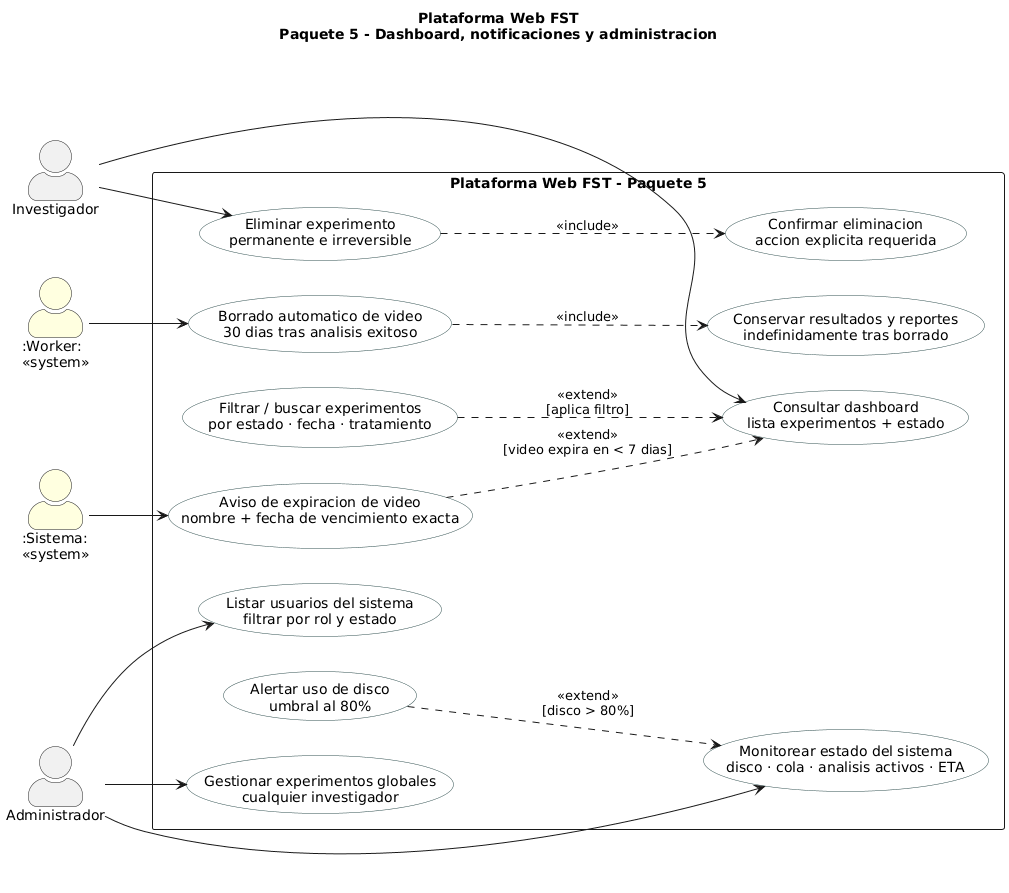
ErickJester/fst-ai-system-latex keeps this PlantUML diagram as figures/mermaid/cu_paquete5.png. Above is the earlier version.
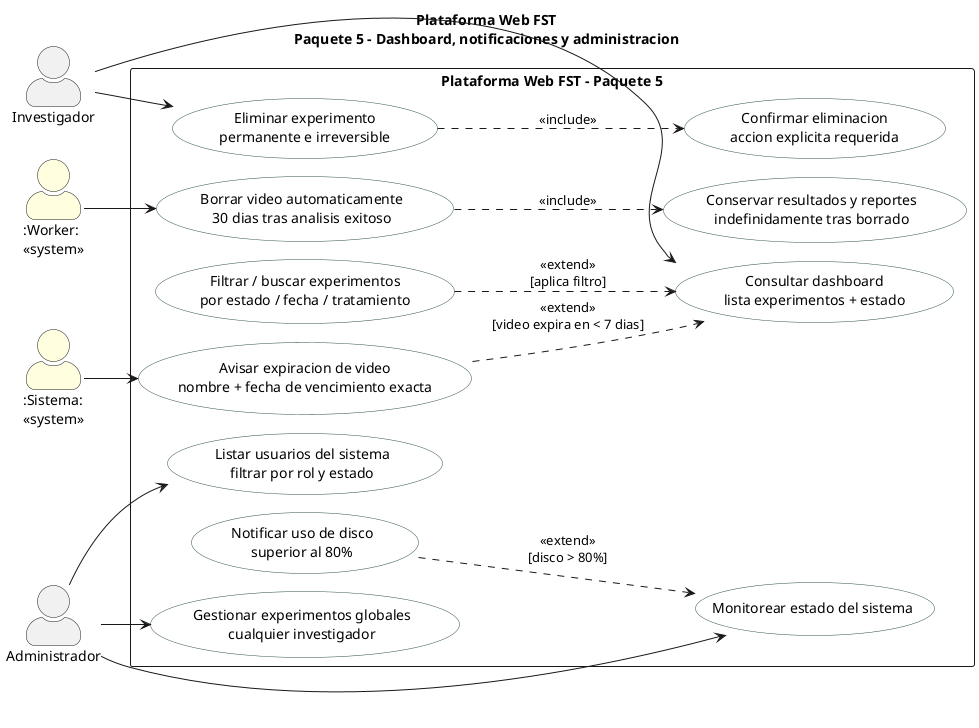
The same diagram one commit later.

Change to the diagram source:
```diff
@@ -1,4 +1,5 @@
-@startuml "Figura-5.4e-Paquete5"
+@startuml
+!pragma layout smetana
 title Plataforma Web FST\nPaquete 5 - Dashboard, notificaciones y administracion
 left to right direction
 skinparam packageStyle rectangle
@@ -13,27 +14,27 @@
 actor ":Sistema:\n<<system>>" as SYS #LightYellow
 rectangle "Plataforma Web FST - Paquete 5" {
   usecase "Consultar dashboard\nlista experimentos + estado" as UC51
-  usecase "Filtrar / buscar experimentos\npor estado · fecha · tratamiento" as UC51a
-  usecase "Aviso de expiracion de video\nnombre + fecha de vencimiento exacta" as UC52
+  usecase "Filtrar / buscar experimentos\npor estado / fecha / tratamiento" as UC51a
+  usecase "Avisar expiracion de video\nnombre + fecha de vencimiento exacta" as UC52
   usecase "Eliminar experimento\npermanente e irreversible" as UC53
   usecase "Confirmar eliminacion\naccion explicita requerida" as UC53a
-  usecase "Borrado automatico de video\n30 dias tras analisis exitoso" as UC54
+  usecase "Borrar video automaticamente\n30 dias tras analisis exitoso" as UC54
   usecase "Conservar resultados y reportes\nindefinidamente tras borrado" as UC55
   usecase "Listar usuarios del sistema\nfiltrar por rol y estado" as UC56
-  usecase "Monitorear estado del sistema\ndisco · cola · analisis activos · ETA" as UC57
-  usecase "Alertar uso de disco\numbral al 80%" as UC57a
+  usecase "Monitorear estado del sistema" as UC57
+  usecase "Notificar uso de disco\nsuperior al 80%" as UC57a
   usecase "Gestionar experimentos globales\ncualquier investigador" as UC58
 }
-INV   --> UC51
-INV   --> UC53
+INV --> UC51
+INV --> UC53
 ADMIN --> UC56
 ADMIN --> UC57
 ADMIN --> UC58
-WRK   --> UC54
-SYS   --> UC52
-UC52  ..> UC51 : <<extend>>\n[video expira en < 7 dias]
+WRK --> UC54
+SYS --> UC52
+UC52 ..> UC51 : <<extend>>\n[video expira en < 7 dias]
 UC51a ..> UC51 : <<extend>>\n[aplica filtro]
 UC57a ..> UC57 : <<extend>>\n[disco > 80%]
 UC53 ..> UC53a : <<include>>
-UC54 ..> UC55  : <<include>>
+UC54 ..> UC55 : <<include>>
 @enduml
```
